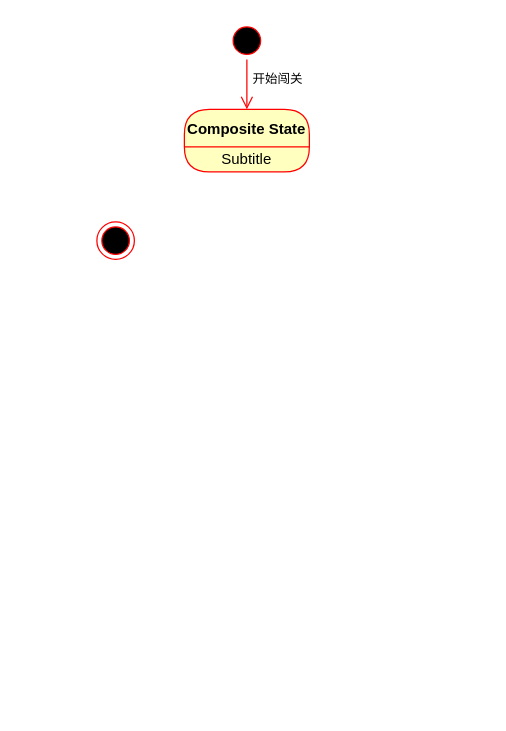
Above: page "闯关状态图" (12 of 12) of 毕业设计/毕业设计.drawio in bosombaby/draw-store (draw.io), before the change. Source tidied: cells renumbered, new cells numbered last; positions are measured from the earlier drawing's top-left corner, leaving out a move shared by most shapes. Both pictures are drawn from the tidied source at 125%, with x=0, y=0 at pixel (96, 21).
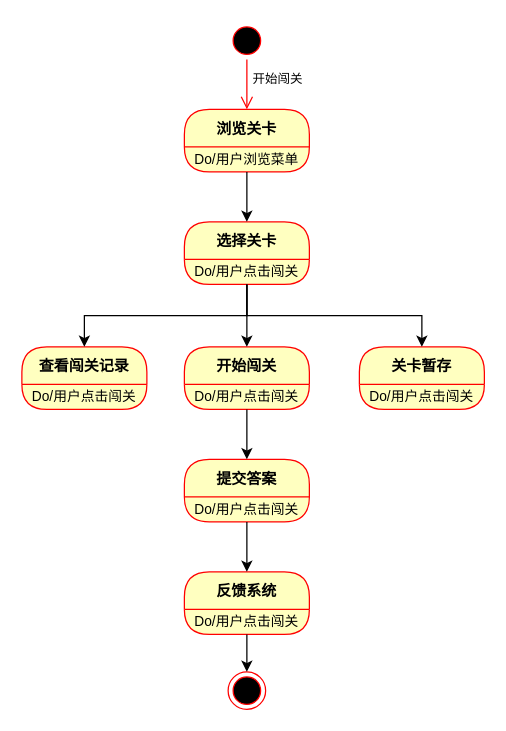
Above is the later version.

Change to the diagram source:
```diff
@@
     <mxCell id="2" style="ellipse;html=1;shape=endState;fillColor=#000000;strokeColor=#ff0000;" parent="1" vertex="1">
-      <mxGeometry y="160" width="30" height="30" as="geometry" />
+      <mxGeometry x="105" y="520" width="30" height="30" as="geometry" />
     </mxCell>
@@
-    <mxCell id="6" value="Composite State" style="swimlane;fontStyle=1;align=center;verticalAlign=middle;horizontal=1;startSize=30;fontColor=#000000;rounded=1;arcSize=30;strokeColor=#ff0000;fillColor=#ffffc0;swimlaneFillColor=#ffffc0;" parent="1" vertex="1">
+    <mxCell id="6" value="浏览关卡" style="swimlane;fontStyle=1;align=center;verticalAlign=middle;horizontal=1;startSize=30;fontColor=#000000;rounded=1;arcSize=30;strokeColor=#ff0000;fillColor=#ffffc0;swimlaneFillColor=#ffffc0;" parent="1" vertex="1">
       <mxGeometry x="70" y="70" width="100" height="50" as="geometry" />
     </mxCell>
-    <mxCell id="7" value="Subtitle" style="text;html=1;strokeColor=none;fillColor=none;align=center;verticalAlign=middle;spacingLeft=4;spacingRight=4;whiteSpace=wrap;overflow=hidden;fontColor=#000000;" parent="6" vertex="1">
+    <mxCell id="7" value="&lt;font style=&quot;font-size: 11px;&quot;&gt;Do/用户浏览菜单&lt;/font&gt;" style="text;html=1;strokeColor=none;fillColor=none;align=center;verticalAlign=middle;spacingLeft=4;spacingRight=4;whiteSpace=wrap;overflow=hidden;fontColor=#000000;" parent="6" vertex="1">
       <mxGeometry y="30" width="100" height="20" as="geometry" />
     </mxCell>
+    <mxCell id="8" value="选择关卡" style="swimlane;fontStyle=1;align=center;verticalAlign=middle;horizontal=1;startSize=30;fontColor=#000000;rounded=1;arcSize=30;strokeColor=#ff0000;fillColor=#ffffc0;swimlaneFillColor=#ffffc0;" parent="1" vertex="1">
+      <mxGeometry x="70" y="160" width="100" height="50" as="geometry" />
+    </mxCell>
+    <mxCell id="9" value="&lt;font style=&quot;font-size: 11px;&quot;&gt;Do/用户点击闯关&lt;/font&gt;" style="text;html=1;strokeColor=none;fillColor=none;align=center;verticalAlign=middle;spacingLeft=4;spacingRight=4;whiteSpace=wrap;overflow=hidden;fontColor=#000000;" parent="8" vertex="1">
+      <mxGeometry y="30" width="100" height="20" as="geometry" />
+    </mxCell>
+    <mxCell id="10" style="edgeStyle=orthogonalEdgeStyle;rounded=0;jettySize=auto;html=1;exitX=0.5;exitY=1;exitDx=0;exitDy=0;entryX=0.5;entryY=0;entryDx=0;entryDy=0;" parent="1" edge="1" source="7" target="8">
+      <mxGeometry relative="1" as="geometry" />
+    </mxCell>
+    <mxCell id="11" value="查看闯关记录" style="swimlane;fontStyle=1;align=center;verticalAlign=middle;horizontal=1;startSize=30;fontColor=#000000;rounded=1;arcSize=30;strokeColor=#ff0000;fillColor=#ffffc0;swimlaneFillColor=#ffffc0;" parent="1" vertex="1">
+      <mxGeometry x="-60" y="260" width="100" height="50" as="geometry" />
+    </mxCell>
+    <mxCell id="12" value="&lt;font style=&quot;font-size: 11px;&quot;&gt;Do/用户点击闯关&lt;/font&gt;" style="text;html=1;strokeColor=none;fillColor=none;align=center;verticalAlign=middle;spacingLeft=4;spacingRight=4;whiteSpace=wrap;overflow=hidden;fontColor=#000000;" parent="11" vertex="1">
+      <mxGeometry y="30" width="100" height="20" as="geometry" />
+    </mxCell>
+    <mxCell id="13" value="开始闯关" style="swimlane;fontStyle=1;align=center;verticalAlign=middle;horizontal=1;startSize=30;fontColor=#000000;rounded=1;arcSize=30;strokeColor=#ff0000;fillColor=#ffffc0;swimlaneFillColor=#ffffc0;" parent="1" vertex="1">
+      <mxGeometry x="70" y="260" width="100" height="50" as="geometry" />
+    </mxCell>
+    <mxCell id="14" value="&lt;font style=&quot;font-size: 11px;&quot;&gt;Do/用户点击闯关&lt;/font&gt;" style="text;html=1;strokeColor=none;fillColor=none;align=center;verticalAlign=middle;spacingLeft=4;spacingRight=4;whiteSpace=wrap;overflow=hidden;fontColor=#000000;" parent="13" vertex="1">
+      <mxGeometry y="30" width="100" height="20" as="geometry" />
+    </mxCell>
+    <mxCell id="15" value="关卡暂存" style="swimlane;fontStyle=1;align=center;verticalAlign=middle;horizontal=1;startSize=30;fontColor=#000000;rounded=1;arcSize=30;strokeColor=#ff0000;fillColor=#ffffc0;swimlaneFillColor=#ffffc0;" parent="1" vertex="1">
+      <mxGeometry x="210" y="260" width="100" height="50" as="geometry" />
+    </mxCell>
+    <mxCell id="16" value="&lt;font style=&quot;font-size: 11px;&quot;&gt;Do/用户点击闯关&lt;/font&gt;" style="text;html=1;strokeColor=none;fillColor=none;align=center;verticalAlign=middle;spacingLeft=4;spacingRight=4;whiteSpace=wrap;overflow=hidden;fontColor=#000000;" parent="15" vertex="1">
+      <mxGeometry y="30" width="100" height="20" as="geometry" />
+    </mxCell>
+    <mxCell id="17" style="edgeStyle=orthogonalEdgeStyle;rounded=0;jettySize=auto;html=1;exitX=0.5;exitY=1;exitDx=0;exitDy=0;" parent="1" edge="1" source="9" target="13">
+      <mxGeometry relative="1" as="geometry" />
+    </mxCell>
+    <mxCell id="18" style="edgeStyle=orthogonalEdgeStyle;rounded=0;jettySize=auto;html=1;exitX=0.5;exitY=1;exitDx=0;exitDy=0;" parent="1" edge="1" source="9" target="11">
+      <mxGeometry relative="1" as="geometry" />
+    </mxCell>
+    <mxCell id="19" style="edgeStyle=orthogonalEdgeStyle;rounded=0;jettySize=auto;html=1;exitX=0.5;exitY=1;exitDx=0;exitDy=0;" parent="1" edge="1" source="9" target="15">
+      <mxGeometry relative="1" as="geometry" />
+    </mxCell>
+    <mxCell id="20" value="提交答案" style="swimlane;fontStyle=1;align=center;verticalAlign=middle;horizontal=1;startSize=30;fontColor=#000000;rounded=1;arcSize=30;strokeColor=#ff0000;fillColor=#ffffc0;swimlaneFillColor=#ffffc0;" parent="1" vertex="1">
+      <mxGeometry x="70" y="350" width="100" height="50" as="geometry" />
+    </mxCell>
+    <mxCell id="21" value="&lt;font style=&quot;font-size: 11px;&quot;&gt;Do/用户点击闯关&lt;/font&gt;" style="text;html=1;strokeColor=none;fillColor=none;align=center;verticalAlign=middle;spacingLeft=4;spacingRight=4;whiteSpace=wrap;overflow=hidden;fontColor=#000000;" parent="20" vertex="1">
+      <mxGeometry y="30" width="100" height="20" as="geometry" />
+    </mxCell>
+    <mxCell id="22" value="反馈系统" style="swimlane;fontStyle=1;align=center;verticalAlign=middle;horizontal=1;startSize=30;fontColor=#000000;rounded=1;arcSize=30;strokeColor=#ff0000;fillColor=#ffffc0;swimlaneFillColor=#ffffc0;" parent="1" vertex="1">
+      <mxGeometry x="70" y="440" width="100" height="50" as="geometry" />
+    </mxCell>
+    <mxCell id="23" value="&lt;font style=&quot;font-size: 11px;&quot;&gt;Do/用户点击闯关&lt;/font&gt;" style="text;html=1;strokeColor=none;fillColor=none;align=center;verticalAlign=middle;spacingLeft=4;spacingRight=4;whiteSpace=wrap;overflow=hidden;fontColor=#000000;" parent="22" vertex="1">
+      <mxGeometry y="30" width="100" height="20" as="geometry" />
+    </mxCell>
+    <mxCell id="24" style="edgeStyle=orthogonalEdgeStyle;rounded=0;jettySize=auto;html=1;exitX=0.5;exitY=1;exitDx=0;exitDy=0;" parent="1" edge="1" source="14" target="20">
+      <mxGeometry relative="1" as="geometry" />
+    </mxCell>
+    <mxCell id="25" style="edgeStyle=orthogonalEdgeStyle;rounded=0;jettySize=auto;html=1;exitX=0.5;exitY=1;exitDx=0;exitDy=0;" parent="1" edge="1" source="21" target="22">
+      <mxGeometry relative="1" as="geometry" />
+    </mxCell>
+    <mxCell id="26" style="edgeStyle=orthogonalEdgeStyle;rounded=0;jettySize=auto;html=1;exitX=0.5;exitY=1;exitDx=0;exitDy=0;" parent="1" edge="1" source="23" target="2">
+      <mxGeometry relative="1" as="geometry" />
+    </mxCell>
```
